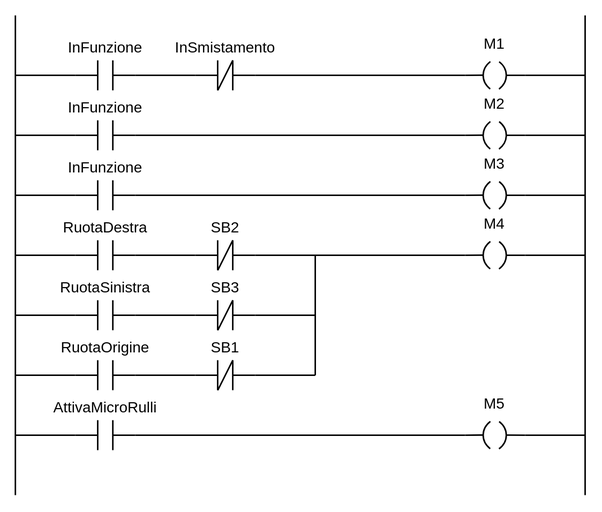
Before: docs/sistemi-5/images/esame2018_ladder_2.svg, a diagram exported from draw.io (flavio20002/materiale-didattico). Source tidied: cells renumbered, new cells last; positions are measured from the earlier drawing's top-left corner, leaving out a move shared by most shapes.
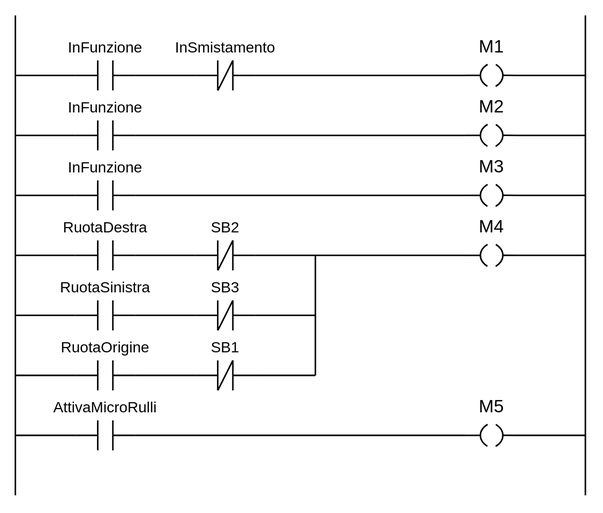
After the change.

Change to the diagram source:
```diff
@@ -22,7 +22,7 @@
     </mxCell>
     <mxCell id="5" style="endArrow=none;html=1;rounded=0;" parent="1" edge="1">
       <mxGeometry relative="1" as="geometry">
-        <mxPoint x="340" y="40" as="sourcePoint" />
+        <mxPoint x="335" y="40" as="sourcePoint" />
         <mxPoint x="380" y="40" as="targetPoint" />
       </mxGeometry>
     </mxCell>
@@ -32,25 +32,6 @@
         <mxPoint x="40" y="40" as="targetPoint" />
       </mxGeometry>
     </mxCell>
-    <mxCell id="7" value="M1" style="group;labelPosition=center;verticalLabelPosition=top;align=center;verticalAlign=bottom;fontSize=10;" parent="1" vertex="1">
-      <mxGeometry x="297" y="27.5" width="45" height="25" as="geometry" />
-    </mxCell>
-    <mxCell id="8" style="endArrow=none;html=1;rounded=0;entryX=-0.006;entryY=0.496;entryDx=0;entryDy=0;entryPerimeter=0;" parent="7" edge="1" target="10">
-      <mxGeometry relative="1" as="geometry">
-        <mxPoint x="3" y="12.5" as="sourcePoint" />
-      </mxGeometry>
-    </mxCell>
-    <mxCell id="9" style="endArrow=none;html=1;rounded=0;exitX=-0.008;exitY=0.501;exitDx=0;exitDy=0;exitPerimeter=0;" parent="7" edge="1" source="11">
-      <mxGeometry relative="1" as="geometry">
-        <mxPoint x="43" y="12.5" as="targetPoint" />
-      </mxGeometry>
-    </mxCell>
-    <mxCell id="10" style="verticalLabelPosition=bottom;verticalAlign=top;html=1;shape=mxgraph.basic.arc;startAngle=0.6205801659133483;endAngle=0.8809804521919458;" parent="7" vertex="1">
-      <mxGeometry x="15" width="30" height="25" as="geometry" />
-    </mxCell>
-    <mxCell id="11" style="verticalLabelPosition=bottom;verticalAlign=top;html=1;shape=mxgraph.basic.arc;startAngle=0.6205801659133483;endAngle=0.8809804521919458;rotation=-180;" parent="7" vertex="1">
-      <mxGeometry width="30.4" height="25" as="geometry" />
-    </mxCell>
     <mxCell id="12" value="SB2" style="group;labelPosition=center;verticalLabelPosition=top;align=center;verticalAlign=bottom;fontSize=10;" parent="1" vertex="1">
       <mxGeometry x="120" y="150" width="40" height="20" as="geometry" />
     </mxCell>
@@ -150,25 +131,6 @@
         <mxPoint x="40" y="10" as="targetPoint" />
       </mxGeometry>
     </mxCell>
-    <mxCell id="30" value="M2" style="group;labelPosition=center;verticalLabelPosition=top;align=center;verticalAlign=bottom;fontSize=10;" parent="1" vertex="1">
-      <mxGeometry x="297" y="67.5" width="45" height="25" as="geometry" />
-    </mxCell>
-    <mxCell id="31" style="endArrow=none;html=1;rounded=0;entryX=-0.006;entryY=0.496;entryDx=0;entryDy=0;entryPerimeter=0;" parent="30" edge="1" target="33">
-      <mxGeometry relative="1" as="geometry">
-        <mxPoint x="3" y="12.5" as="sourcePoint" />
-      </mxGeometry>
-    </mxCell>
-    <mxCell id="32" style="endArrow=none;html=1;rounded=0;exitX=-0.008;exitY=0.501;exitDx=0;exitDy=0;exitPerimeter=0;" parent="30" edge="1" source="34">
-      <mxGeometry relative="1" as="geometry">
-        <mxPoint x="43" y="12.5" as="targetPoint" />
-      </mxGeometry>
-    </mxCell>
-    <mxCell id="33" style="verticalLabelPosition=bottom;verticalAlign=top;html=1;shape=mxgraph.basic.arc;startAngle=0.6205801659133483;endAngle=0.8809804521919458;" parent="30" vertex="1">
-      <mxGeometry x="15" width="30" height="25" as="geometry" />
-    </mxCell>
-    <mxCell id="34" style="verticalLabelPosition=bottom;verticalAlign=top;html=1;shape=mxgraph.basic.arc;startAngle=0.6205801659133483;endAngle=0.8809804521919458;rotation=-180;" parent="30" vertex="1">
-      <mxGeometry width="30.4" height="25" as="geometry" />
-    </mxCell>
     <mxCell id="35" style="endArrow=none;html=1;rounded=0;" parent="1" edge="1">
       <mxGeometry relative="1" as="geometry">
         <mxPoint x="80" y="80" as="sourcePoint" />
@@ -178,7 +140,7 @@
     <mxCell id="36" style="endArrow=none;html=1;rounded=0;" parent="1" edge="1">
       <mxGeometry relative="1" as="geometry">
         <mxPoint x="380" y="80" as="sourcePoint" />
-        <mxPoint x="340" y="80" as="targetPoint" />
+        <mxPoint x="335" y="80" as="targetPoint" />
       </mxGeometry>
     </mxCell>
     <mxCell id="37" style="endArrow=none;html=1;rounded=0;" parent="1" edge="1">
@@ -214,25 +176,6 @@
         <mxPoint x="40" y="10" as="targetPoint" />
       </mxGeometry>
     </mxCell>
-    <mxCell id="43" value="M3" style="group;labelPosition=center;verticalLabelPosition=top;align=center;verticalAlign=bottom;fontSize=10;" parent="1" vertex="1">
-      <mxGeometry x="297" y="107.5" width="45" height="25" as="geometry" />
-    </mxCell>
-    <mxCell id="44" style="endArrow=none;html=1;rounded=0;entryX=-0.006;entryY=0.496;entryDx=0;entryDy=0;entryPerimeter=0;" parent="43" edge="1" target="46">
-      <mxGeometry relative="1" as="geometry">
-        <mxPoint x="3" y="12.5" as="sourcePoint" />
-      </mxGeometry>
-    </mxCell>
-    <mxCell id="45" style="endArrow=none;html=1;rounded=0;exitX=-0.008;exitY=0.501;exitDx=0;exitDy=0;exitPerimeter=0;" parent="43" edge="1" source="47">
-      <mxGeometry relative="1" as="geometry">
-        <mxPoint x="43" y="12.5" as="targetPoint" />
-      </mxGeometry>
-    </mxCell>
-    <mxCell id="46" style="verticalLabelPosition=bottom;verticalAlign=top;html=1;shape=mxgraph.basic.arc;startAngle=0.6205801659133483;endAngle=0.8809804521919458;" parent="43" vertex="1">
-      <mxGeometry x="15" width="30" height="25" as="geometry" />
-    </mxCell>
-    <mxCell id="47" style="verticalLabelPosition=bottom;verticalAlign=top;html=1;shape=mxgraph.basic.arc;startAngle=0.6205801659133483;endAngle=0.8809804521919458;rotation=-180;" parent="43" vertex="1">
-      <mxGeometry width="30.4" height="25" as="geometry" />
-    </mxCell>
     <mxCell id="48" style="endArrow=none;html=1;rounded=0;" parent="1" edge="1">
       <mxGeometry relative="1" as="geometry">
         <mxPoint x="80" y="120" as="sourcePoint" />
@@ -242,7 +185,7 @@
     <mxCell id="49" style="endArrow=none;html=1;rounded=0;" parent="1" edge="1">
       <mxGeometry relative="1" as="geometry">
         <mxPoint x="380" y="120" as="sourcePoint" />
-        <mxPoint x="340" y="120" as="targetPoint" />
+        <mxPoint x="335" y="120" as="targetPoint" />
       </mxGeometry>
     </mxCell>
     <mxCell id="50" value="RuotaDestra" style="group;labelPosition=center;verticalLabelPosition=top;align=center;verticalAlign=bottom;fontSize=10;" parent="1" vertex="1">
@@ -317,29 +260,10 @@
         <mxPoint x="120" y="160" as="targetPoint" />
       </mxGeometry>
     </mxCell>
-    <mxCell id="63" value="M4" style="group;labelPosition=center;verticalLabelPosition=top;align=center;verticalAlign=bottom;fontSize=10;" parent="1" vertex="1">
-      <mxGeometry x="297" y="147.5" width="45" height="25" as="geometry" />
-    </mxCell>
-    <mxCell id="64" style="endArrow=none;html=1;rounded=0;entryX=-0.006;entryY=0.496;entryDx=0;entryDy=0;entryPerimeter=0;" parent="63" edge="1" target="66">
-      <mxGeometry relative="1" as="geometry">
-        <mxPoint x="3" y="12.5" as="sourcePoint" />
-      </mxGeometry>
-    </mxCell>
-    <mxCell id="65" style="endArrow=none;html=1;rounded=0;exitX=-0.008;exitY=0.501;exitDx=0;exitDy=0;exitPerimeter=0;" parent="63" edge="1" source="67">
-      <mxGeometry relative="1" as="geometry">
-        <mxPoint x="43" y="12.5" as="targetPoint" />
-      </mxGeometry>
-    </mxCell>
-    <mxCell id="66" style="verticalLabelPosition=bottom;verticalAlign=top;html=1;shape=mxgraph.basic.arc;startAngle=0.6205801659133483;endAngle=0.8809804521919458;" parent="63" vertex="1">
-      <mxGeometry x="15" width="30" height="25" as="geometry" />
-    </mxCell>
-    <mxCell id="67" style="verticalLabelPosition=bottom;verticalAlign=top;html=1;shape=mxgraph.basic.arc;startAngle=0.6205801659133483;endAngle=0.8809804521919458;rotation=-180;" parent="63" vertex="1">
-      <mxGeometry width="30.4" height="25" as="geometry" />
-    </mxCell>
     <mxCell id="68" style="endArrow=none;html=1;rounded=0;" parent="1" edge="1">
       <mxGeometry relative="1" as="geometry">
         <mxPoint x="380" y="160" as="sourcePoint" />
-        <mxPoint x="340" y="160" as="targetPoint" />
+        <mxPoint x="335" y="160" as="targetPoint" />
       </mxGeometry>
     </mxCell>
     <mxCell id="69" style="endArrow=none;html=1;rounded=0;" parent="1" edge="1">
@@ -537,25 +461,6 @@
         <mxPoint x="40" y="10" as="targetPoint" />
       </mxGeometry>
     </mxCell>
-    <mxCell id="104" value="M5" style="group;labelPosition=center;verticalLabelPosition=top;align=center;verticalAlign=bottom;fontSize=10;" parent="1" vertex="1">
-      <mxGeometry x="297" y="267.5" width="45" height="25" as="geometry" />
-    </mxCell>
-    <mxCell id="105" style="endArrow=none;html=1;rounded=0;entryX=-0.006;entryY=0.496;entryDx=0;entryDy=0;entryPerimeter=0;" parent="104" edge="1" target="107">
-      <mxGeometry relative="1" as="geometry">
-        <mxPoint x="3" y="12.5" as="sourcePoint" />
-      </mxGeometry>
-    </mxCell>
-    <mxCell id="106" style="endArrow=none;html=1;rounded=0;exitX=-0.008;exitY=0.501;exitDx=0;exitDy=0;exitPerimeter=0;" parent="104" edge="1" source="108">
-      <mxGeometry relative="1" as="geometry">
-        <mxPoint x="43" y="12.5" as="targetPoint" />
-      </mxGeometry>
-    </mxCell>
-    <mxCell id="107" style="verticalLabelPosition=bottom;verticalAlign=top;html=1;shape=mxgraph.basic.arc;startAngle=0.6205801659133483;endAngle=0.8809804521919458;" parent="104" vertex="1">
-      <mxGeometry x="15" width="30" height="25" as="geometry" />
-    </mxCell>
-    <mxCell id="108" style="verticalLabelPosition=bottom;verticalAlign=top;html=1;shape=mxgraph.basic.arc;startAngle=0.6205801659133483;endAngle=0.8809804521919458;rotation=-180;" parent="104" vertex="1">
-      <mxGeometry width="30.4" height="25" as="geometry" />
-    </mxCell>
     <mxCell id="109" style="endArrow=none;html=1;rounded=0;" parent="1" edge="1">
       <mxGeometry relative="1" as="geometry">
         <mxPoint y="280" as="sourcePoint" />
@@ -570,9 +475,114 @@
     </mxCell>
     <mxCell id="111" style="endArrow=none;html=1;rounded=0;" parent="1" edge="1">
       <mxGeometry relative="1" as="geometry">
-        <mxPoint x="340" y="280" as="sourcePoint" />
+        <mxPoint x="335" y="280" as="sourcePoint" />
         <mxPoint x="380" y="280" as="targetPoint" />
       </mxGeometry>
     </mxCell>
+    <mxCell id="104" value="M5" style="group;labelPosition=center;verticalLabelPosition=top;align=center;verticalAlign=bottom;" parent="1" vertex="1">
+      <mxGeometry x="295" y="270" width="45" height="20" as="geometry" />
+    </mxCell>
+    <mxCell id="112" style="verticalLabelPosition=bottom;verticalAlign=top;html=1;shape=mxgraph.basic.arc;startAngle=0.6205801659133483;endAngle=0.8809804521919458;" parent="104" vertex="1">
+      <mxGeometry x="15" width="30" height="20" as="geometry" />
+    </mxCell>
+    <mxCell id="113" style="verticalLabelPosition=top;verticalAlign=bottom;html=1;shape=mxgraph.basic.arc;startAngle=0.6205801659133483;endAngle=0.8809804521919458;rotation=-180;labelPosition=center;align=center;" parent="104" vertex="1">
+      <mxGeometry width="30" height="20" as="geometry" />
+    </mxCell>
+    <mxCell id="114" style="endArrow=none;html=1;rounded=0;exitX=0.001;exitY=0.358;exitDx=0;exitDy=0;exitPerimeter=0;" parent="104" edge="1">
+      <mxGeometry relative="1" as="geometry">
+        <mxPoint x="30" y="9.9" as="sourcePoint" />
+        <mxPoint x="40" y="10" as="targetPoint" />
+      </mxGeometry>
+    </mxCell>
+    <mxCell id="115" style="endArrow=none;html=1;rounded=0;exitX=0.001;exitY=0.358;exitDx=0;exitDy=0;exitPerimeter=0;" parent="104" edge="1">
+      <mxGeometry relative="1" as="geometry">
+        <mxPoint x="5" y="10" as="sourcePoint" />
+        <mxPoint x="15" y="10" as="targetPoint" />
+      </mxGeometry>
+    </mxCell>
+    <mxCell id="63" value="M4" style="group;labelPosition=center;verticalLabelPosition=top;align=center;verticalAlign=bottom;" parent="1" vertex="1">
+      <mxGeometry x="295" y="150" width="45" height="20" as="geometry" />
+    </mxCell>
+    <mxCell id="116" style="verticalLabelPosition=bottom;verticalAlign=top;html=1;shape=mxgraph.basic.arc;startAngle=0.6205801659133483;endAngle=0.8809804521919458;" parent="63" vertex="1">
+      <mxGeometry x="15" width="30" height="20" as="geometry" />
+    </mxCell>
+    <mxCell id="117" style="verticalLabelPosition=top;verticalAlign=bottom;html=1;shape=mxgraph.basic.arc;startAngle=0.6205801659133483;endAngle=0.8809804521919458;rotation=-180;labelPosition=center;align=center;" parent="63" vertex="1">
+      <mxGeometry width="30" height="20" as="geometry" />
+    </mxCell>
+    <mxCell id="118" style="endArrow=none;html=1;rounded=0;exitX=0.001;exitY=0.358;exitDx=0;exitDy=0;exitPerimeter=0;" parent="63" edge="1">
+      <mxGeometry relative="1" as="geometry">
+        <mxPoint x="30" y="9.9" as="sourcePoint" />
+        <mxPoint x="40" y="10" as="targetPoint" />
+      </mxGeometry>
+    </mxCell>
+    <mxCell id="119" style="endArrow=none;html=1;rounded=0;exitX=0.001;exitY=0.358;exitDx=0;exitDy=0;exitPerimeter=0;" parent="63" edge="1">
+      <mxGeometry relative="1" as="geometry">
+        <mxPoint x="5" y="10" as="sourcePoint" />
+        <mxPoint x="15" y="10" as="targetPoint" />
+      </mxGeometry>
+    </mxCell>
+    <mxCell id="43" value="M3" style="group;labelPosition=center;verticalLabelPosition=top;align=center;verticalAlign=bottom;" parent="1" vertex="1">
+      <mxGeometry x="295" y="110" width="45" height="20" as="geometry" />
+    </mxCell>
+    <mxCell id="120" style="verticalLabelPosition=bottom;verticalAlign=top;html=1;shape=mxgraph.basic.arc;startAngle=0.6205801659133483;endAngle=0.8809804521919458;" parent="43" vertex="1">
+      <mxGeometry x="15" width="30" height="20" as="geometry" />
+    </mxCell>
+    <mxCell id="121" style="verticalLabelPosition=top;verticalAlign=bottom;html=1;shape=mxgraph.basic.arc;startAngle=0.6205801659133483;endAngle=0.8809804521919458;rotation=-180;labelPosition=center;align=center;" parent="43" vertex="1">
+      <mxGeometry width="30" height="20" as="geometry" />
+    </mxCell>
+    <mxCell id="122" style="endArrow=none;html=1;rounded=0;exitX=0.001;exitY=0.358;exitDx=0;exitDy=0;exitPerimeter=0;" parent="43" edge="1">
+      <mxGeometry relative="1" as="geometry">
+        <mxPoint x="30" y="9.9" as="sourcePoint" />
+        <mxPoint x="40" y="10" as="targetPoint" />
+      </mxGeometry>
+    </mxCell>
+    <mxCell id="123" style="endArrow=none;html=1;rounded=0;exitX=0.001;exitY=0.358;exitDx=0;exitDy=0;exitPerimeter=0;" parent="43" edge="1">
+      <mxGeometry relative="1" as="geometry">
+        <mxPoint x="5" y="10" as="sourcePoint" />
+        <mxPoint x="15" y="10" as="targetPoint" />
+      </mxGeometry>
+    </mxCell>
+    <mxCell id="30" value="M2" style="group;labelPosition=center;verticalLabelPosition=top;align=center;verticalAlign=bottom;" parent="1" vertex="1">
+      <mxGeometry x="295" y="70" width="45" height="20" as="geometry" />
+    </mxCell>
+    <mxCell id="124" style="verticalLabelPosition=bottom;verticalAlign=top;html=1;shape=mxgraph.basic.arc;startAngle=0.6205801659133483;endAngle=0.8809804521919458;" parent="30" vertex="1">
+      <mxGeometry x="15" width="30" height="20" as="geometry" />
+    </mxCell>
+    <mxCell id="125" style="verticalLabelPosition=top;verticalAlign=bottom;html=1;shape=mxgraph.basic.arc;startAngle=0.6205801659133483;endAngle=0.8809804521919458;rotation=-180;labelPosition=center;align=center;" parent="30" vertex="1">
+      <mxGeometry width="30" height="20" as="geometry" />
+    </mxCell>
+    <mxCell id="126" style="endArrow=none;html=1;rounded=0;exitX=0.001;exitY=0.358;exitDx=0;exitDy=0;exitPerimeter=0;" parent="30" edge="1">
+      <mxGeometry relative="1" as="geometry">
+        <mxPoint x="30" y="9.9" as="sourcePoint" />
+        <mxPoint x="40" y="10" as="targetPoint" />
+      </mxGeometry>
+    </mxCell>
+    <mxCell id="127" style="endArrow=none;html=1;rounded=0;exitX=0.001;exitY=0.358;exitDx=0;exitDy=0;exitPerimeter=0;" parent="30" edge="1">
+      <mxGeometry relative="1" as="geometry">
+        <mxPoint x="5" y="10" as="sourcePoint" />
+        <mxPoint x="15" y="10" as="targetPoint" />
+      </mxGeometry>
+    </mxCell>
+    <mxCell id="7" value="M1" style="group;labelPosition=center;verticalLabelPosition=top;align=center;verticalAlign=bottom;" parent="1" vertex="1">
+      <mxGeometry x="295" y="30" width="45" height="20" as="geometry" />
+    </mxCell>
+    <mxCell id="128" style="verticalLabelPosition=bottom;verticalAlign=top;html=1;shape=mxgraph.basic.arc;startAngle=0.6205801659133483;endAngle=0.8809804521919458;" parent="7" vertex="1">
+      <mxGeometry x="15" width="30" height="20" as="geometry" />
+    </mxCell>
+    <mxCell id="129" style="verticalLabelPosition=top;verticalAlign=bottom;html=1;shape=mxgraph.basic.arc;startAngle=0.6205801659133483;endAngle=0.8809804521919458;rotation=-180;labelPosition=center;align=center;" parent="7" vertex="1">
+      <mxGeometry width="30" height="20" as="geometry" />
+    </mxCell>
+    <mxCell id="130" style="endArrow=none;html=1;rounded=0;exitX=0.001;exitY=0.358;exitDx=0;exitDy=0;exitPerimeter=0;" parent="7" edge="1">
+      <mxGeometry relative="1" as="geometry">
+        <mxPoint x="30" y="9.9" as="sourcePoint" />
+        <mxPoint x="40" y="10" as="targetPoint" />
+      </mxGeometry>
+    </mxCell>
+    <mxCell id="131" style="endArrow=none;html=1;rounded=0;exitX=0.001;exitY=0.358;exitDx=0;exitDy=0;exitPerimeter=0;" parent="7" edge="1">
+      <mxGeometry relative="1" as="geometry">
+        <mxPoint x="5" y="10" as="sourcePoint" />
+        <mxPoint x="15" y="10" as="targetPoint" />
+      </mxGeometry>
+    </mxCell>
   </root>
 </mxGraphModel>
```
